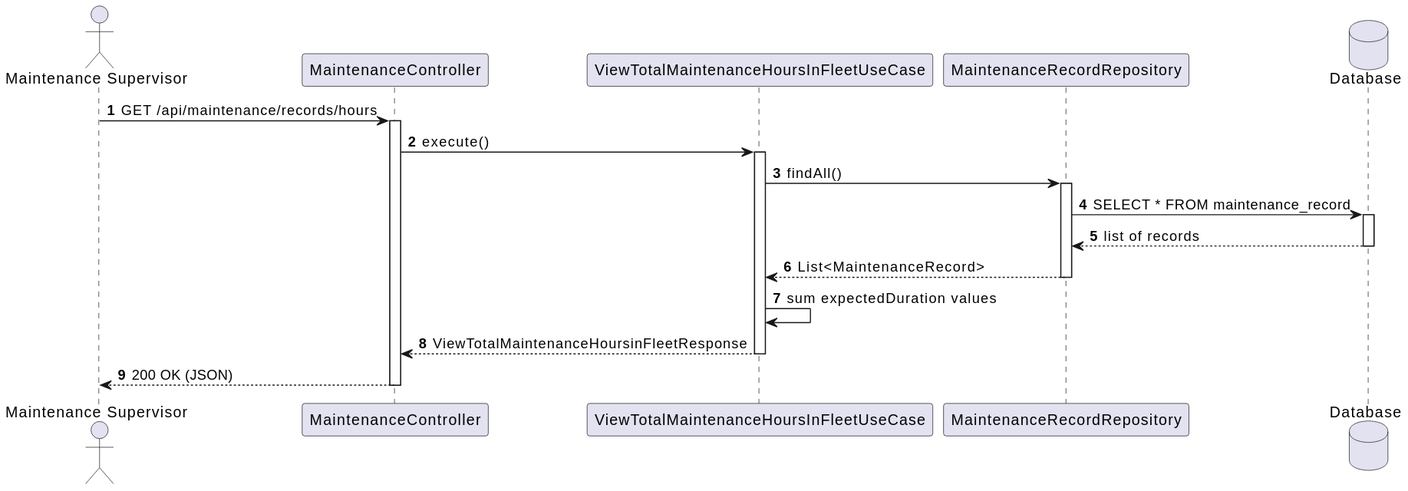
This is docs/system-documentation/use-cases/WP4A/US117/svg/sd_us117.svg from VascoMagolo/psoft_1231562_1241692_1242036_2db, a PlantUML export, as it was before one commit. Source of this version:
```plantuml
@startuml
autonumber
actor "Maintenance Supervisor" as MS
participant "MaintenanceController" as Ctrl
participant "ViewTotalMaintenanceHoursInFleetUseCase" as UC
participant "MaintenanceRecordRepository" as Repo
database "Database" as DB
MS -> Ctrl : GET /api/maintenance/records/hours
activate Ctrl
Ctrl -> UC : execute()
activate UC
UC -> Repo : findAll()
activate Repo
Repo -> DB : SELECT * FROM maintenance_record
activate DB
DB --> Repo : list of records
deactivate DB
Repo --> UC : List<MaintenanceRecord>
deactivate Repo
UC -> UC : sum expectedDuration values
UC --> Ctrl : ViewTotalMaintenanceHoursinFleetResponse
deactivate UC
Ctrl --> MS : 200 OK (JSON)
deactivate Ctrl
@enduml
```
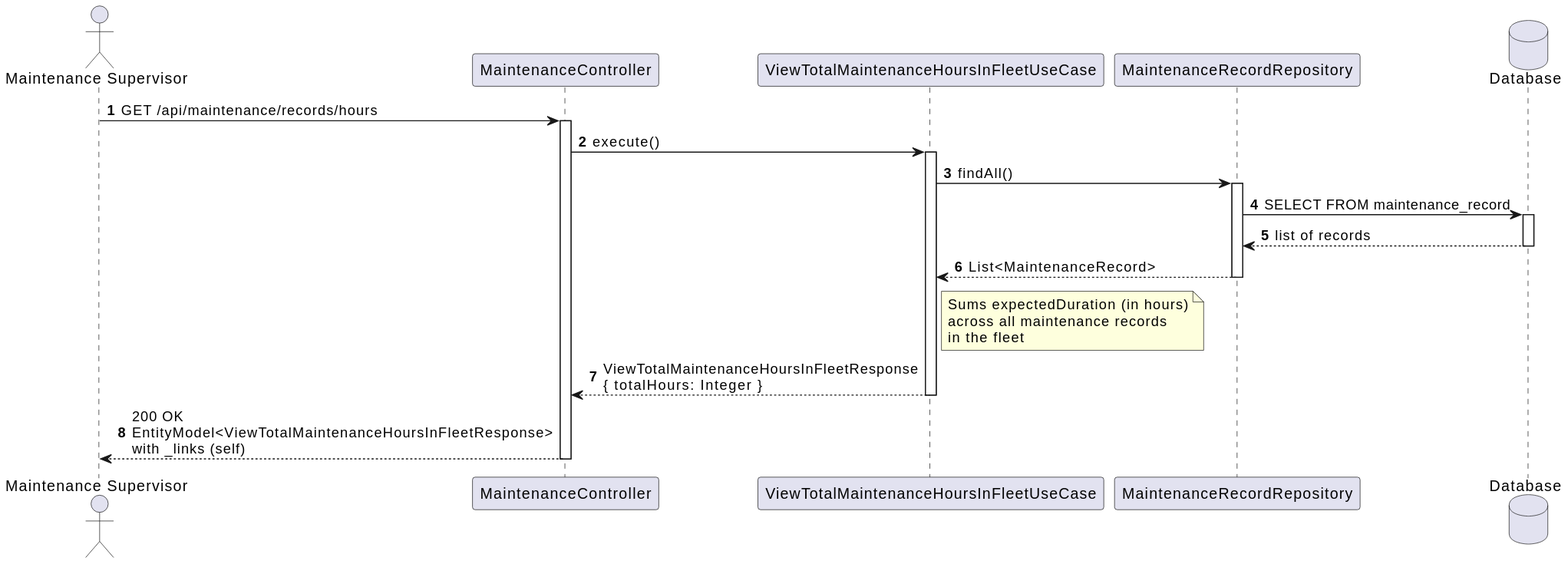
After the commit.

Change to the diagram source:
```diff
@@ -5,21 +5,31 @@
 participant "ViewTotalMaintenanceHoursInFleetUseCase" as UC
 participant "MaintenanceRecordRepository" as Repo
 database "Database" as DB
+
 MS -> Ctrl : GET /api/maintenance/records/hours
 activate Ctrl
+
 Ctrl -> UC : execute()
 activate UC
+
 UC -> Repo : findAll()
 activate Repo
-Repo -> DB : SELECT * FROM maintenance_record
+Repo -> DB : SELECT FROM maintenance_record
 activate DB
 DB --> Repo : list of records
 deactivate DB
 Repo --> UC : List<MaintenanceRecord>
 deactivate Repo
-UC -> UC : sum expectedDuration values
-UC --> Ctrl : ViewTotalMaintenanceHoursinFleetResponse
+
+note right of UC
+  Sums expectedDuration (in hours)
+  across all maintenance records
+  in the fleet
+end note
+
+UC --> Ctrl : ViewTotalMaintenanceHoursInFleetResponse\n{ totalHours: Integer }
 deactivate UC
-Ctrl --> MS : 200 OK (JSON)
+
+Ctrl --> MS : 200 OK\nEntityModel<ViewTotalMaintenanceHoursInFleetResponse>\nwith _links (self)
 deactivate Ctrl
 @enduml
```
